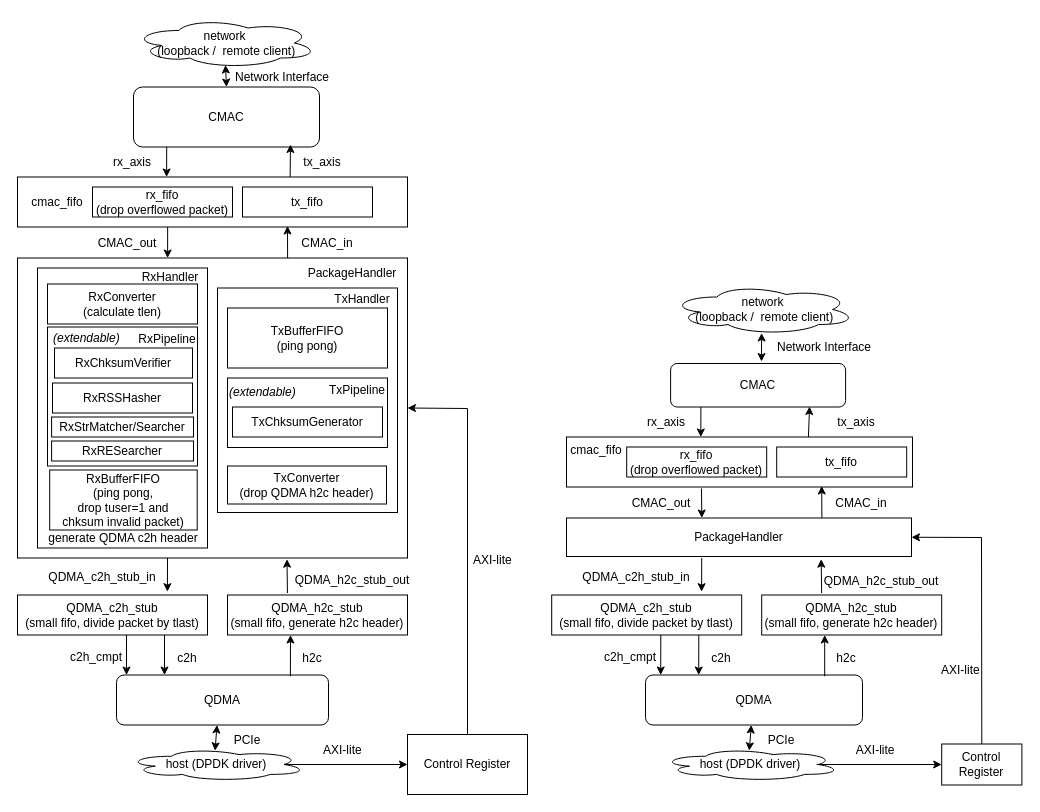
The draw.io diagram drawio/NICstructure.drawio in Gwins7/SmartNIC, before the edit. Source tidied: cells renumbered, new cells numbered last; positions are measured from the earlier drawing's top-left corner, leaving out a move shared by most shapes. Both pictures are drawn from the tidied source at 100%, with x=0, y=0 at pixel (17, 18).
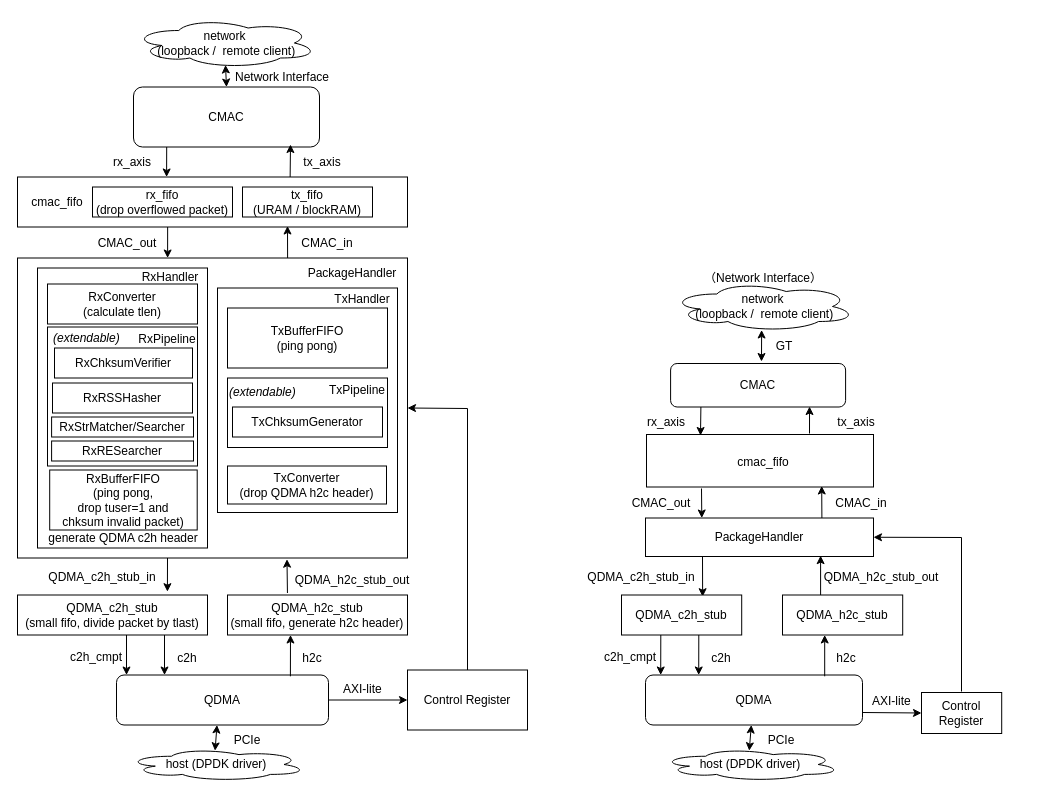
After the change.

Unchanged cells that the change refers to:
```xml
<mxCell id="4" value="QDMA" style="rounded=1;whiteSpace=wrap;html=1;" parent="1" vertex="1">
  <mxGeometry x="99" y="656.5" width="212" height="50" as="geometry" />
</mxCell>
<mxCell id="39" value="host (DPDK driver)" style="ellipse;shape=cloud;whiteSpace=wrap;html=1;" parent="1" vertex="1">
  <mxGeometry x="109" y="729.5" width="180" height="33" as="geometry" />
</mxCell>
<mxCell id="55" value="CMAC" style="rounded=1;whiteSpace=wrap;html=1;" parent="1" vertex="1">
  <mxGeometry x="653.1" y="345" width="175" height="43.5" as="geometry" />
</mxCell>
<mxCell id="56" value="QDMA" style="rounded=1;whiteSpace=wrap;html=1;" parent="1" vertex="1">
  <mxGeometry x="628" y="656.5" width="217" height="50" as="geometry" />
</mxCell>
```

What changed in the source:
```diff
@@
-    <mxCell id="26" value="tx_fifo" style="rounded=0;whiteSpace=wrap;html=1;" parent="1" vertex="1">
+    <mxCell id="26" value="tx_fifo &lt;br&gt;(URAM / blockRAM)" style="rounded=0;whiteSpace=wrap;html=1;" parent="1" vertex="1">
       <mxGeometry x="225" y="168.5" width="130" height="30" as="geometry" />
     </mxCell>
@@
-    <mxCell id="57" style="endArrow=classic;html=1;rounded=0;entryX=0.794;entryY=0.989;entryDx=0;entryDy=0;exitX=0.699;exitY=0.04;exitDx=0;exitDy=0;exitPerimeter=0;entryPerimeter=0;" parent="1" edge="1" source="64" target="55">
-      <mxGeometry relative="1" as="geometry" />
+    <mxCell id="57" style="endArrow=classic;html=1;rounded=0;entryX=0.794;entryY=0.989;entryDx=0;entryDy=0;entryPerimeter=0;" parent="1" edge="1" target="55">
+      <mxGeometry relative="1" as="geometry">
+        <mxPoint x="792" y="415" as="sourcePoint" />
+      </mxGeometry>
     </mxCell>
-    <mxCell id="58" style="endArrow=classic;html=1;rounded=0;entryX=0.789;entryY=-0.083;entryDx=0;entryDy=0;entryPerimeter=0;" parent="1" edge="1" target="72">
-      <mxGeometry relative="1" as="geometry">
-        <mxPoint x="684.2" y="539.5" as="sourcePoint" />
-      </mxGeometry>
+    <mxCell id="58" style="endArrow=classic;html=1;rounded=0;exitX=0.25;exitY=1;exitDx=0;exitDy=0;entryX=0.675;entryY=0.043;entryDx=0;entryDy=0;entryPerimeter=0;" parent="1" edge="1" source="87" target="72">
+      <mxGeometry relative="1" as="geometry" />
     </mxCell>
-    <mxCell id="59" style="endArrow=classic;html=1;rounded=0;exitX=0.333;exitY=-0.05;exitDx=0;exitDy=0;exitPerimeter=0;entryX=0.691;entryY=1.004;entryDx=0;entryDy=0;entryPerimeter=0;" parent="1" edge="1" source="73">
-      <mxGeometry relative="1" as="geometry">
-        <mxPoint x="803.7" y="540.7" as="targetPoint" />
-      </mxGeometry>
+    <mxCell id="59" style="endArrow=classic;html=1;rounded=0;entryX=0.768;entryY=0.978;entryDx=0;entryDy=0;entryPerimeter=0;exitX=0.317;exitY=0.003;exitDx=0;exitDy=0;exitPerimeter=0;" parent="1" edge="1" source="73" target="87">
+      <mxGeometry relative="1" as="geometry" />
     </mxCell>
@@
     <mxCell id="62" value="QDMA_c2h_stub_in" style="text;html=1;strokeColor=none;fillColor=none;align=center;verticalAlign=middle;whiteSpace=wrap;rounded=0;" parent="1" vertex="1">
-      <mxGeometry x="564.2" y="543.5" width="110" height="30" as="geometry" />
+      <mxGeometry x="569.2" y="543.5" width="110" height="30" as="geometry" />
     </mxCell>
@@
     <mxCell id="64" style="rounded=0;whiteSpace=wrap;html=1;" parent="1" vertex="1">
-      <mxGeometry x="549" y="418.5" width="346" height="50" as="geometry" />
+      <mxGeometry x="629" y="416" width="227" height="52.5" as="geometry" />
     </mxCell>
@@
-    <mxCell id="66" style="endArrow=classic;html=1;rounded=0;exitX=0.385;exitY=1;exitDx=0;exitDy=0;entryX=0.649;entryY=-0.003;entryDx=0;entryDy=0;entryPerimeter=0;exitPerimeter=0;" parent="1" edge="1">
+    <mxCell id="66" style="endArrow=classic;html=1;rounded=0;exitX=0.385;exitY=1;exitDx=0;exitDy=0;exitPerimeter=0;" parent="1" edge="1">
       <mxGeometry relative="1" as="geometry">
         <mxPoint x="683.4" y="388.5" as="sourcePoint" />
-        <mxPoint x="683.3" y="418.5" as="targetPoint" />
+        <mxPoint x="683" y="417" as="targetPoint" />
       </mxGeometry>
     </mxCell>
@@
-    <mxCell id="69" value="tx_fifo" style="rounded=0;whiteSpace=wrap;html=1;" parent="1" vertex="1">
-      <mxGeometry x="759.2" y="428.5" width="130" height="30" as="geometry" />
-    </mxCell>
-    <mxCell id="70" value="rx_fifo&lt;br&gt;(drop overflowed packet)" style="rounded=0;whiteSpace=wrap;html=1;" parent="1" vertex="1">
-      <mxGeometry x="609.2" y="428.5" width="140" height="30" as="geometry" />
-    </mxCell>
     <mxCell id="71" value="cmac_fifo" style="text;html=1;strokeColor=none;fillColor=none;align=center;verticalAlign=middle;whiteSpace=wrap;rounded=0;" parent="1" vertex="1">
-      <mxGeometry x="549.2" y="416.5" width="60" height="30" as="geometry" />
+      <mxGeometry x="716.1" y="429" width="60" height="30" as="geometry" />
     </mxCell>
-    <mxCell id="72" value="QDMA_c2h_stub&lt;br&gt;(small fifo, divide packet by tlast)" style="rounded=0;whiteSpace=wrap;html=1;" parent="1" vertex="1">
-      <mxGeometry x="534.2" y="576.5" width="190" height="40" as="geometry" />
+    <mxCell id="72" value="QDMA_c2h_stub" style="rounded=0;whiteSpace=wrap;html=1;" parent="1" vertex="1">
+      <mxGeometry x="604" y="576.5" width="120.2" height="40" as="geometry" />
     </mxCell>
-    <mxCell id="73" value="QDMA_h2c_stub&lt;br&gt;(small fifo, generate h2c header)" style="rounded=0;whiteSpace=wrap;html=1;" parent="1" vertex="1">
-      <mxGeometry x="744.2" y="576.5" width="180" height="40" as="geometry" />
+    <mxCell id="73" value="QDMA_h2c_stub" style="rounded=0;whiteSpace=wrap;html=1;" parent="1" vertex="1">
+      <mxGeometry x="765" y="576.5" width="120.2" height="40" as="geometry" />
     </mxCell>
@@
     <mxCell id="81" value="network&lt;br&gt;&amp;nbsp;(loopback /&amp;nbsp; remote client)" style="ellipse;shape=cloud;whiteSpace=wrap;html=1;" parent="1" vertex="1">
-      <mxGeometry x="653.1" y="266" width="185" height="50" as="geometry" />
+      <mxGeometry x="653.1" y="263" width="185" height="50" as="geometry" />
     </mxCell>
@@
-    <mxCell id="85" value="Network Interface" style="text;html=1;strokeColor=none;fillColor=none;align=center;verticalAlign=middle;whiteSpace=wrap;rounded=0;" parent="1" vertex="1">
-      <mxGeometry x="757" y="319.5" width="100" height="19" as="geometry" />
+    <mxCell id="85" value="（Network Interface）" style="text;html=1;strokeColor=none;fillColor=none;align=center;verticalAlign=middle;whiteSpace=wrap;rounded=0;" parent="1" vertex="1">
+      <mxGeometry x="679.2" y="250.5" width="133.8" height="19" as="geometry" />
     </mxCell>
     <mxCell id="86" value="QDMA_h2c_stub_out" style="text;html=1;strokeColor=none;fillColor=none;align=center;verticalAlign=middle;whiteSpace=wrap;rounded=0;" parent="1" vertex="1">
-      <mxGeometry x="804.2" y="547.5" width="120" height="30" as="geometry" />
+      <mxGeometry x="804.2" y="543.5" width="120" height="30" as="geometry" />
     </mxCell>
     <mxCell id="87" value="PackageHandler" style="rounded=0;whiteSpace=wrap;html=1;" parent="1" vertex="1">
-      <mxGeometry x="549" y="499.5" width="345" height="38.5" as="geometry" />
+      <mxGeometry x="628" y="499.5" width="228" height="38.5" as="geometry" />
     </mxCell>
     <mxCell id="88" value="Control Register" style="rounded=0;whiteSpace=wrap;html=1;" parent="1" vertex="1">
-      <mxGeometry x="390" y="716" width="120" height="60" as="geometry" />
+      <mxGeometry x="390" y="651.5" width="120" height="60" as="geometry" />
     </mxCell>
-    <mxCell id="89" style="endArrow=classic;html=1;rounded=0;exitX=0.875;exitY=0.5;exitDx=0;exitDy=0;exitPerimeter=0;entryX=0;entryY=0.5;entryDx=0;entryDy=0;" parent="1" edge="1" source="39" target="88">
+    <mxCell id="89" style="endArrow=classic;html=1;rounded=0;exitX=1;exitY=0.5;exitDx=0;exitDy=0;entryX=0;entryY=0.5;entryDx=0;entryDy=0;" parent="1" edge="1" source="4" target="88">
       <mxGeometry relative="1" as="geometry" />
     </mxCell>
@@
     <mxCell id="91" value="AXI-lite" style="text;strokeColor=none;fillColor=none;align=left;verticalAlign=middle;spacingLeft=4;spacingRight=4;overflow=hidden;" parent="1" vertex="1">
-      <mxGeometry x="300" y="716" width="80" height="30" as="geometry" />
+      <mxGeometry x="320" y="654.5" width="80" height="30" as="geometry" />
     </mxCell>
-    <mxCell id="92" value="AXI-lite" style="text;strokeColor=none;fillColor=none;align=left;verticalAlign=middle;spacingLeft=4;spacingRight=4;overflow=hidden;" parent="1" vertex="1">
-      <mxGeometry x="450" y="525.5" width="80" height="30" as="geometry" />
-    </mxCell>
     <mxCell id="93" value="Control Register" style="rounded=0;whiteSpace=wrap;html=1;" parent="1" vertex="1">
-      <mxGeometry x="924.2" y="725.5" width="80.2" height="41" as="geometry" />
+      <mxGeometry x="904" y="674" width="80.2" height="41" as="geometry" />
     </mxCell>
-    <mxCell id="94" style="endArrow=classic;html=1;rounded=0;exitX=0.875;exitY=0.5;exitDx=0;exitDy=0;exitPerimeter=0;entryX=0;entryY=0.5;entryDx=0;entryDy=0;" parent="1" edge="1" target="93">
-      <mxGeometry relative="1" as="geometry">
-        <mxPoint x="799.2" y="746" as="sourcePoint" />
-      </mxGeometry>
+    <mxCell id="94" style="endArrow=classic;html=1;rounded=0;exitX=1;exitY=0.75;exitDx=0;exitDy=0;entryX=0;entryY=0.5;entryDx=0;entryDy=0;" parent="1" edge="1" source="56" target="93">
+      <mxGeometry relative="1" as="geometry" />
     </mxCell>
-    <mxCell id="95" style="endArrow=classic;html=1;rounded=0;exitX=0.5;exitY=0;exitDx=0;exitDy=0;entryX=1;entryY=0.5;entryDx=0;entryDy=0;" parent="1" edge="1" source="93" target="87">
+    <mxCell id="95" style="endArrow=classic;html=1;rounded=0;entryX=1;entryY=0.5;entryDx=0;entryDy=0;" parent="1" edge="1" target="87">
       <mxGeometry relative="1" as="geometry">
+        <mxPoint x="944" y="673" as="sourcePoint" />
         <Array as="points">
-          <mxPoint x="964" y="519" />
+          <mxPoint x="944" y="519" />
         </Array>
       </mxGeometry>
     </mxCell>
     <mxCell id="96" value="AXI-lite" style="text;strokeColor=none;fillColor=none;align=left;verticalAlign=middle;spacingLeft=4;spacingRight=4;overflow=hidden;" parent="1" vertex="1">
-      <mxGeometry x="832.8" y="716" width="80" height="30" as="geometry" />
+      <mxGeometry x="849" y="666.5" width="80" height="30" as="geometry" />
     </mxCell>
-    <mxCell id="97" value="AXI-lite" style="text;strokeColor=none;fillColor=none;align=left;verticalAlign=middle;spacingLeft=4;spacingRight=4;overflow=hidden;" parent="1" vertex="1">
-      <mxGeometry x="918" y="636" width="80" height="30" as="geometry" />
-    </mxCell>
@@
+    <mxCell id="99" value="GT" style="text;html=1;strokeColor=none;fillColor=none;align=center;verticalAlign=middle;whiteSpace=wrap;rounded=0;" parent="1" vertex="1">
+      <mxGeometry x="737" y="313" width="60" height="30" as="geometry" />
+    </mxCell>
```
